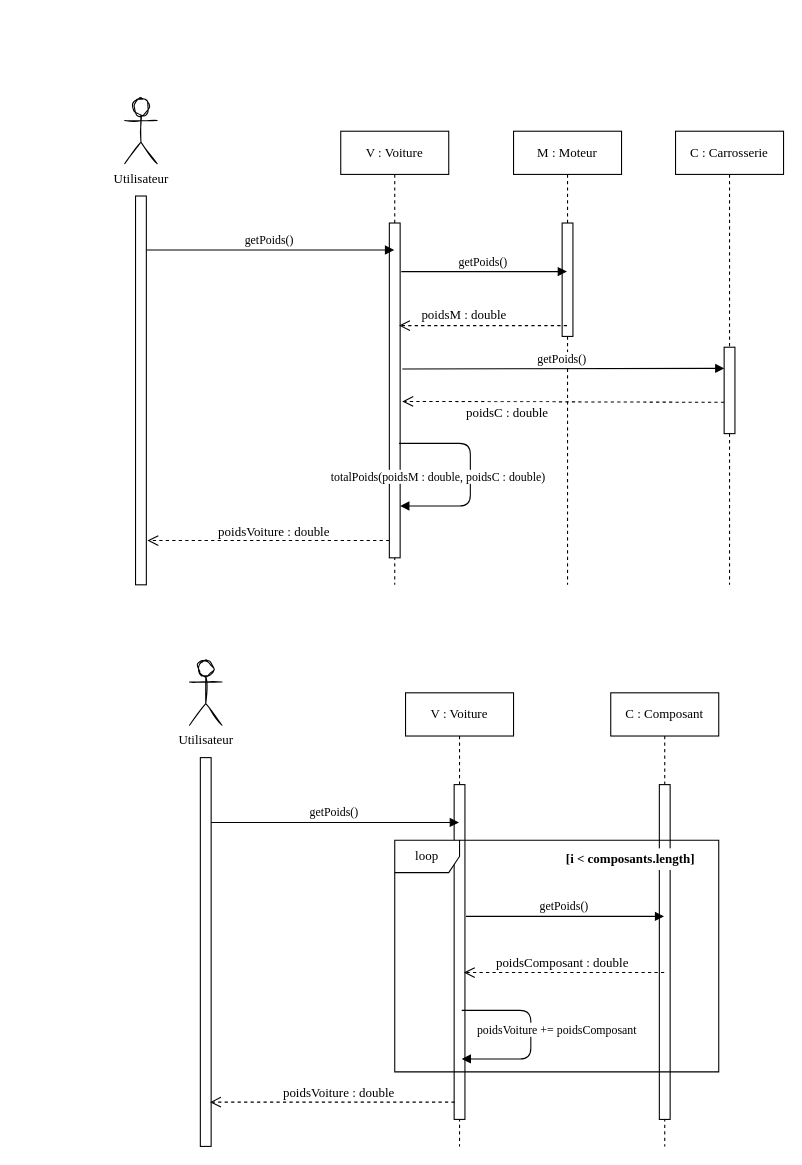
The draw.io diagram page "Exo3" (3 of 11) of DM3.drawio in adambdj/uml, before the edit. Source tidied: cells renumbered, new cells numbered last; positions are measured from the earlier drawing's top-left corner, leaving out a move shared by most shapes. Both pictures are drawn from the tidied source at 108%, with x=0, y=0 at pixel (124, 98).
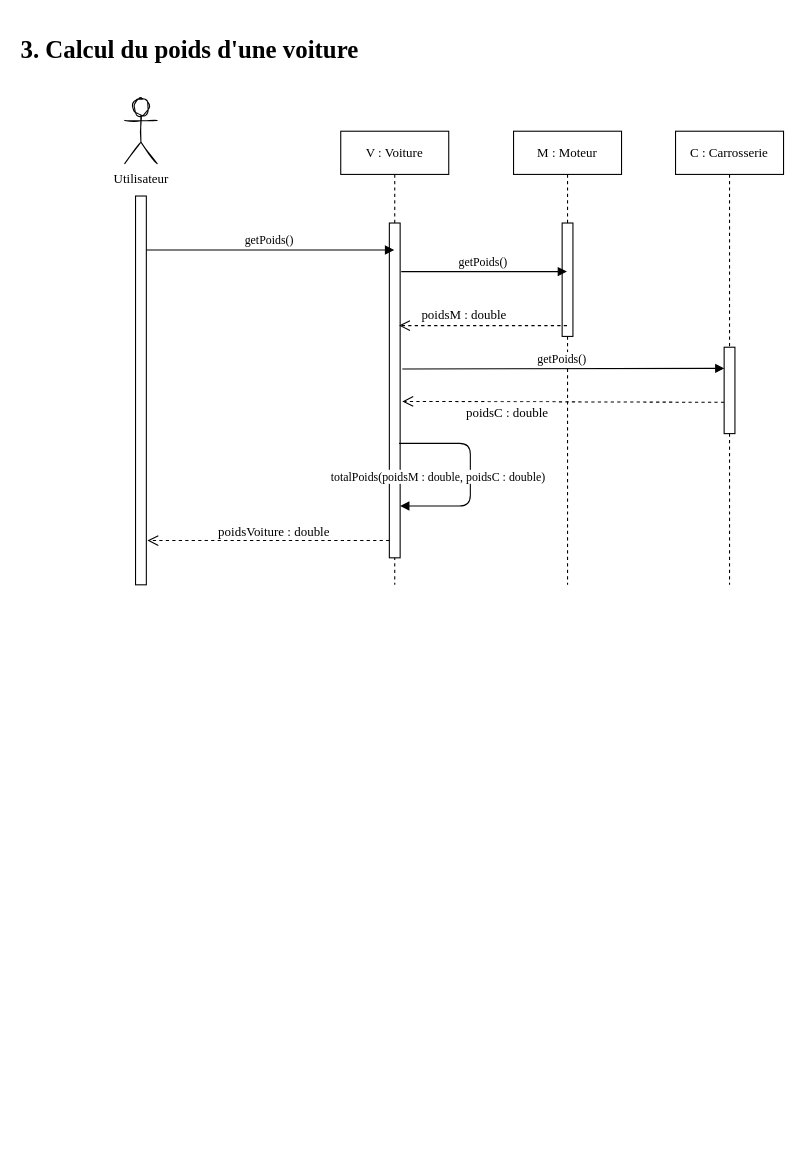
After the change.

The edit, as a diff of the source:
```diff
@@
-    <mxCell id="20" value="Utilisateur" style="shape=umlActor;verticalLabelPosition=bottom;verticalAlign=top;html=1;fontFamily=Garamond;sketch=1;" parent="1" vertex="1">
-      <mxGeometry x="60" y="520" width="30" height="60" as="geometry" />
-    </mxCell>
-    <mxCell id="21" style="html=1;perimeter=orthogonalPerimeter;fontFamily=Garamond;" parent="1" vertex="1">
-      <mxGeometry x="70" y="610" width="10" height="360" as="geometry" />
-    </mxCell>
-    <mxCell id="22" value="V : Voiture" style="shape=umlLifeline;perimeter=lifelinePerimeter;whiteSpace=wrap;html=1;outlineConnect=0;fontFamily=Garamond;" parent="1" vertex="1">
-      <mxGeometry x="260" y="550" width="100" height="420" as="geometry" />
-    </mxCell>
-    <mxCell id="23" style="html=1;perimeter=orthogonalPerimeter;fontFamily=Garamond;" parent="22" vertex="1">
-      <mxGeometry x="45" y="85" width="10" height="310" as="geometry" />
-    </mxCell>
-    <mxCell id="24" value="getPoids()&amp;nbsp;" style="html=1;verticalAlign=bottom;endArrow=block;fontFamily=Garamond;" parent="1" edge="1" target="22">
-      <mxGeometry relative="1" as="geometry">
-        <mxPoint x="80" y="670" as="sourcePoint" />
-      </mxGeometry>
-    </mxCell>
-    <mxCell id="25" style="html=1;verticalAlign=bottom;endArrow=open;dashed=1;endSize=8;entryX=1.3;entryY=0.886;entryDx=0;entryDy=0;entryPerimeter=0;fontFamily=Garamond;" parent="1" edge="1">
-      <mxGeometry relative="1" as="geometry">
-        <mxPoint x="305.5" y="929" as="sourcePoint" />
-        <mxPoint x="79" y="929" as="targetPoint" />
-      </mxGeometry>
-    </mxCell>
-    <mxCell id="26" value="poidsVoiture : double" style="text;html=1;align=center;verticalAlign=middle;fontFamily=Garamond;" parent="1" vertex="1">
-      <mxGeometry x="138" y="911" width="120" height="20" as="geometry" />
-    </mxCell>
-    <mxCell id="27" value="C : Composant" style="shape=umlLifeline;perimeter=lifelinePerimeter;whiteSpace=wrap;html=1;fontFamily=Garamond;" parent="1" vertex="1">
-      <mxGeometry x="450" y="550" width="100" height="420" as="geometry" />
-    </mxCell>
-    <mxCell id="28" style="html=1;perimeter=orthogonalPerimeter;fontFamily=Garamond;" parent="27" vertex="1">
-      <mxGeometry x="45" y="85" width="10" height="310" as="geometry" />
-    </mxCell>
-    <mxCell id="29" value="loop" style="shape=umlFrame;whiteSpace=wrap;html=1;fillColor=#ffffff;fontFamily=Garamond;" parent="1" vertex="1">
-      <mxGeometry x="250" y="686.5" width="300" height="214.5" as="geometry" />
-    </mxCell>
-    <mxCell id="30" value="getPoids()&amp;nbsp;" style="html=1;verticalAlign=bottom;endArrow=block;fontFamily=Garamond;" parent="1" edge="1">
-      <mxGeometry relative="1" as="geometry">
-        <mxPoint x="316" y="757" as="sourcePoint" />
-        <mxPoint x="499.5" y="757" as="targetPoint" />
-      </mxGeometry>
-    </mxCell>
-    <mxCell id="31" value="&lt;b&gt;[i &amp;lt; composants.length]&lt;/b&gt;" style="text;html=1;align=center;verticalAlign=middle;fillColor=#ffffff;fontFamily=Garamond;" parent="1" vertex="1">
-      <mxGeometry x="403" y="694" width="130" height="20" as="geometry" />
-    </mxCell>
-    <mxCell id="32" style="html=1;verticalAlign=bottom;endArrow=open;dashed=1;endSize=8;entryX=0.123;entryY=0.898;entryDx=0;entryDy=0;entryPerimeter=0;fontFamily=Garamond;" parent="1" edge="1">
-      <mxGeometry relative="1" as="geometry">
-        <mxPoint x="499.5" y="809" as="sourcePoint" />
-        <mxPoint x="314" y="809" as="targetPoint" />
-      </mxGeometry>
-    </mxCell>
-    <mxCell id="33" value="poidsComposant : double" style="text;html=1;align=center;verticalAlign=middle;fontFamily=Garamond;" parent="1" vertex="1">
-      <mxGeometry x="335" y="790" width="140" height="20" as="geometry" />
-    </mxCell>
-    <mxCell id="34" value="poidsVoiture += poidsComposant" style="html=1;verticalAlign=bottom;endArrow=block;entryX=1.1;entryY=0.9;entryDx=0;entryDy=0;entryPerimeter=0;fontFamily=Garamond;" parent="1" edge="1">
-      <mxGeometry x="0.26" y="-30" relative="1" as="geometry">
-        <mxPoint x="312" y="844" as="sourcePoint" />
-        <mxPoint x="312" y="889" as="targetPoint" />
-        <Array as="points">
-          <mxPoint x="376" y="844" />
-          <mxPoint x="376" y="889" />
-        </Array>
-        <mxPoint x="24" y="12" as="offset" />
-      </mxGeometry>
-    </mxCell>
+    <mxCell id="35" value="&lt;h1 style=&quot;font-size: 23px&quot;&gt;3. Calcul du poids d'une voiture&lt;br&gt;&lt;/h1&gt;" style="text;html=1;align=left;verticalAlign=middle;fontSize=10;fontFamily=Garamond;" parent="1" vertex="1">
+      <mxGeometry x="-98" y="-70" width="330" height="50" as="geometry" />
+    </mxCell>
```
